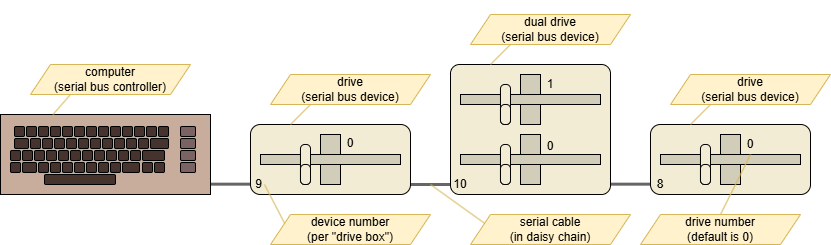
The draw.io diagram c64drive/drives.drawio.png in maarten-pennings/howto, before a commit. Source tidied: cells renumbered, new cells last; positions are measured from the earlier drawing's top-left corner, leaving out a move shared by most shapes.
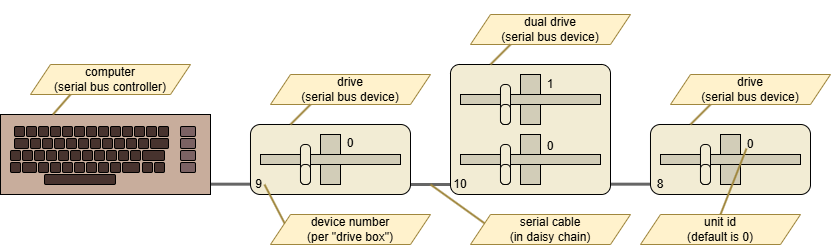
After the change.

The edit, as a diff of the source:
```diff
@@ -251,42 +251,42 @@
     <mxCell id="81" value="8" style="text;html=1;align=center;verticalAlign=middle;whiteSpace=wrap;rounded=0;" parent="1" vertex="1">
       <mxGeometry x="650" y="160" width="20" height="20" as="geometry" />
     </mxCell>
-    <mxCell id="82" value="&lt;br&gt;&lt;span style=&quot;color: rgb(0, 0, 0); font-family: Helvetica; font-size: 12px; font-style: normal; font-variant-ligatures: normal; font-variant-caps: normal; font-weight: 400; letter-spacing: normal; orphans: 2; text-align: left; text-indent: 0px; text-transform: none; widows: 2; word-spacing: 0px; -webkit-text-stroke-width: 0px; white-space: normal; text-decoration-thickness: initial; text-decoration-style: initial; text-decoration-color: initial; float: none; display: inline !important;&quot;&gt;computer &lt;br&gt;(serial bus controller)&lt;/span&gt;&lt;div&gt;&lt;br&gt;&lt;/div&gt;" style="shape=parallelogram;perimeter=parallelogramPerimeter;whiteSpace=wrap;html=1;fixedSize=1;fillColor=#fff2cc;strokeColor=#d6b656;labelBackgroundColor=none;" parent="1" vertex="1">
+    <mxCell id="82" value="&lt;br&gt;&lt;span style=&quot;color: rgb(0, 0, 0); font-family: Helvetica; font-size: 12px; font-style: normal; font-variant-ligatures: normal; font-variant-caps: normal; font-weight: 400; letter-spacing: normal; orphans: 2; text-align: left; text-indent: 0px; text-transform: none; widows: 2; word-spacing: 0px; -webkit-text-stroke-width: 0px; white-space: normal; text-decoration-thickness: initial; text-decoration-style: initial; text-decoration-color: initial; float: none; display: inline !important;&quot;&gt;computer &lt;br&gt;(serial bus controller)&lt;/span&gt;&lt;div&gt;&lt;br&gt;&lt;/div&gt;" style="shape=parallelogram;perimeter=parallelogramPerimeter;whiteSpace=wrap;html=1;fixedSize=1;fillColor=#fff2cc;strokeColor=#A0873E;labelBackgroundColor=none;strokeWidth=1;" parent="1" vertex="1">
       <mxGeometry x="30" y="50" width="160" height="30" as="geometry" />
     </mxCell>
-    <mxCell id="83" style="endArrow=none;html=1;rounded=0;exitX=0.25;exitY=1;exitDx=0;exitDy=0;entryX=0.25;entryY=0;entryDx=0;entryDy=0;fillColor=#fff2cc;strokeColor=#d6b656;" parent="1" edge="1" source="82" target="24">
+    <mxCell id="83" style="endArrow=none;html=1;rounded=0;exitX=0.25;exitY=1;exitDx=0;exitDy=0;entryX=0.25;entryY=0;entryDx=0;entryDy=0;fillColor=#fff2cc;strokeColor=#A0873E;strokeWidth=2;" parent="1" edge="1" source="82" target="24">
       <mxGeometry relative="1" as="geometry" />
     </mxCell>
-    <mxCell id="84" value="&lt;br&gt;&lt;span style=&quot;color: rgb(0, 0, 0); font-family: Helvetica; font-size: 12px; font-style: normal; font-variant-ligatures: normal; font-variant-caps: normal; font-weight: 400; letter-spacing: normal; orphans: 2; text-align: left; text-indent: 0px; text-transform: none; widows: 2; word-spacing: 0px; -webkit-text-stroke-width: 0px; white-space: normal; text-decoration-thickness: initial; text-decoration-style: initial; text-decoration-color: initial; float: none; display: inline !important;&quot;&gt;drive&lt;/span&gt;&lt;div&gt;&lt;span style=&quot;color: rgb(0, 0, 0); font-family: Helvetica; font-size: 12px; font-style: normal; font-variant-ligatures: normal; font-variant-caps: normal; font-weight: 400; letter-spacing: normal; orphans: 2; text-align: left; text-indent: 0px; text-transform: none; widows: 2; word-spacing: 0px; -webkit-text-stroke-width: 0px; white-space: normal; text-decoration-thickness: initial; text-decoration-style: initial; text-decoration-color: initial; float: none; display: inline !important;&quot;&gt;(serial bus device)&lt;/span&gt;&lt;br&gt;&lt;br&gt;&lt;/div&gt;" style="shape=parallelogram;perimeter=parallelogramPerimeter;whiteSpace=wrap;html=1;fixedSize=1;fillColor=#fff2cc;strokeColor=#d6b656;labelBackgroundColor=none;" parent="1" vertex="1">
+    <mxCell id="84" value="&lt;br&gt;&lt;span style=&quot;color: rgb(0, 0, 0); font-family: Helvetica; font-size: 12px; font-style: normal; font-variant-ligatures: normal; font-variant-caps: normal; font-weight: 400; letter-spacing: normal; orphans: 2; text-align: left; text-indent: 0px; text-transform: none; widows: 2; word-spacing: 0px; -webkit-text-stroke-width: 0px; white-space: normal; text-decoration-thickness: initial; text-decoration-style: initial; text-decoration-color: initial; float: none; display: inline !important;&quot;&gt;drive&lt;/span&gt;&lt;div&gt;&lt;span style=&quot;color: rgb(0, 0, 0); font-family: Helvetica; font-size: 12px; font-style: normal; font-variant-ligatures: normal; font-variant-caps: normal; font-weight: 400; letter-spacing: normal; orphans: 2; text-align: left; text-indent: 0px; text-transform: none; widows: 2; word-spacing: 0px; -webkit-text-stroke-width: 0px; white-space: normal; text-decoration-thickness: initial; text-decoration-style: initial; text-decoration-color: initial; float: none; display: inline !important;&quot;&gt;(serial bus device)&lt;/span&gt;&lt;br&gt;&lt;br&gt;&lt;/div&gt;" style="shape=parallelogram;perimeter=parallelogramPerimeter;whiteSpace=wrap;html=1;fixedSize=1;fillColor=#fff2cc;strokeColor=#A0873E;labelBackgroundColor=none;strokeWidth=1;" parent="1" vertex="1">
       <mxGeometry x="270" y="60" width="160" height="30" as="geometry" />
     </mxCell>
-    <mxCell id="85" style="endArrow=none;html=1;rounded=0;exitX=0.25;exitY=1;exitDx=0;exitDy=0;entryX=0.25;entryY=0;entryDx=0;entryDy=0;fillColor=#fff2cc;strokeColor=#d6b656;" parent="1" edge="1" source="84" target="6">
+    <mxCell id="85" style="endArrow=none;html=1;rounded=0;exitX=0.25;exitY=1;exitDx=0;exitDy=0;entryX=0.25;entryY=0;entryDx=0;entryDy=0;fillColor=#fff2cc;strokeColor=#A0873E;strokeWidth=2;" parent="1" edge="1" source="84" target="6">
       <mxGeometry relative="1" as="geometry" />
     </mxCell>
-    <mxCell id="86" value="&lt;br&gt;&lt;span style=&quot;color: rgb(0, 0, 0); font-family: Helvetica; font-size: 12px; font-style: normal; font-variant-ligatures: normal; font-variant-caps: normal; font-weight: 400; letter-spacing: normal; orphans: 2; text-align: left; text-indent: 0px; text-transform: none; widows: 2; word-spacing: 0px; -webkit-text-stroke-width: 0px; white-space: normal; text-decoration-thickness: initial; text-decoration-style: initial; text-decoration-color: initial; float: none; display: inline !important;&quot;&gt;drive&lt;/span&gt;&lt;div&gt;&lt;span style=&quot;color: rgb(0, 0, 0); font-family: Helvetica; font-size: 12px; font-style: normal; font-variant-ligatures: normal; font-variant-caps: normal; font-weight: 400; letter-spacing: normal; orphans: 2; text-align: left; text-indent: 0px; text-transform: none; widows: 2; word-spacing: 0px; -webkit-text-stroke-width: 0px; white-space: normal; text-decoration-thickness: initial; text-decoration-style: initial; text-decoration-color: initial; float: none; display: inline !important;&quot;&gt;(serial bus device)&lt;/span&gt;&lt;br&gt;&lt;br&gt;&lt;/div&gt;" style="shape=parallelogram;perimeter=parallelogramPerimeter;whiteSpace=wrap;html=1;fixedSize=1;fillColor=#fff2cc;strokeColor=#d6b656;labelBackgroundColor=none;" parent="1" vertex="1">
+    <mxCell id="86" value="&lt;br&gt;&lt;span style=&quot;color: rgb(0, 0, 0); font-family: Helvetica; font-size: 12px; font-style: normal; font-variant-ligatures: normal; font-variant-caps: normal; font-weight: 400; letter-spacing: normal; orphans: 2; text-align: left; text-indent: 0px; text-transform: none; widows: 2; word-spacing: 0px; -webkit-text-stroke-width: 0px; white-space: normal; text-decoration-thickness: initial; text-decoration-style: initial; text-decoration-color: initial; float: none; display: inline !important;&quot;&gt;drive&lt;/span&gt;&lt;div&gt;&lt;span style=&quot;color: rgb(0, 0, 0); font-family: Helvetica; font-size: 12px; font-style: normal; font-variant-ligatures: normal; font-variant-caps: normal; font-weight: 400; letter-spacing: normal; orphans: 2; text-align: left; text-indent: 0px; text-transform: none; widows: 2; word-spacing: 0px; -webkit-text-stroke-width: 0px; white-space: normal; text-decoration-thickness: initial; text-decoration-style: initial; text-decoration-color: initial; float: none; display: inline !important;&quot;&gt;(serial bus device)&lt;/span&gt;&lt;br&gt;&lt;br&gt;&lt;/div&gt;" style="shape=parallelogram;perimeter=parallelogramPerimeter;whiteSpace=wrap;html=1;fixedSize=1;fillColor=#fff2cc;strokeColor=#A0873E;labelBackgroundColor=none;strokeWidth=1;" parent="1" vertex="1">
       <mxGeometry x="670" y="60" width="160" height="30" as="geometry" />
     </mxCell>
-    <mxCell id="87" style="endArrow=none;html=1;rounded=0;exitX=0.25;exitY=1;exitDx=0;exitDy=0;entryX=0.25;entryY=0;entryDx=0;entryDy=0;fillColor=#fff2cc;strokeColor=#d6b656;" parent="1" edge="1" source="86" target="11">
+    <mxCell id="87" style="endArrow=none;html=1;rounded=0;exitX=0.25;exitY=1;exitDx=0;exitDy=0;entryX=0.25;entryY=0;entryDx=0;entryDy=0;fillColor=#fff2cc;strokeColor=#A0873E;strokeWidth=2;" parent="1" edge="1" source="86" target="11">
       <mxGeometry relative="1" as="geometry" />
     </mxCell>
-    <mxCell id="88" value="&lt;br&gt;&lt;span style=&quot;color: rgb(0, 0, 0); font-family: Helvetica; font-size: 12px; font-style: normal; font-variant-ligatures: normal; font-variant-caps: normal; font-weight: 400; letter-spacing: normal; orphans: 2; text-align: left; text-indent: 0px; text-transform: none; widows: 2; word-spacing: 0px; -webkit-text-stroke-width: 0px; white-space: normal; text-decoration-thickness: initial; text-decoration-style: initial; text-decoration-color: initial; float: none; display: inline !important;&quot;&gt;dual drive&lt;/span&gt;&lt;div&gt;&lt;span style=&quot;color: rgb(0, 0, 0); font-family: Helvetica; font-size: 12px; font-style: normal; font-variant-ligatures: normal; font-variant-caps: normal; font-weight: 400; letter-spacing: normal; orphans: 2; text-align: left; text-indent: 0px; text-transform: none; widows: 2; word-spacing: 0px; -webkit-text-stroke-width: 0px; white-space: normal; text-decoration-thickness: initial; text-decoration-style: initial; text-decoration-color: initial; float: none; display: inline !important;&quot;&gt;(serial bus device)&lt;/span&gt;&lt;br&gt;&lt;br&gt;&lt;/div&gt;" style="shape=parallelogram;perimeter=parallelogramPerimeter;whiteSpace=wrap;html=1;fixedSize=1;fillColor=#fff2cc;strokeColor=#d6b656;labelBackgroundColor=none;" parent="1" vertex="1">
+    <mxCell id="88" value="&lt;br&gt;&lt;span style=&quot;color: rgb(0, 0, 0); font-family: Helvetica; font-size: 12px; font-style: normal; font-variant-ligatures: normal; font-variant-caps: normal; font-weight: 400; letter-spacing: normal; orphans: 2; text-align: left; text-indent: 0px; text-transform: none; widows: 2; word-spacing: 0px; -webkit-text-stroke-width: 0px; white-space: normal; text-decoration-thickness: initial; text-decoration-style: initial; text-decoration-color: initial; float: none; display: inline !important;&quot;&gt;dual drive&lt;/span&gt;&lt;div&gt;&lt;span style=&quot;color: rgb(0, 0, 0); font-family: Helvetica; font-size: 12px; font-style: normal; font-variant-ligatures: normal; font-variant-caps: normal; font-weight: 400; letter-spacing: normal; orphans: 2; text-align: left; text-indent: 0px; text-transform: none; widows: 2; word-spacing: 0px; -webkit-text-stroke-width: 0px; white-space: normal; text-decoration-thickness: initial; text-decoration-style: initial; text-decoration-color: initial; float: none; display: inline !important;&quot;&gt;(serial bus device)&lt;/span&gt;&lt;br&gt;&lt;br&gt;&lt;/div&gt;" style="shape=parallelogram;perimeter=parallelogramPerimeter;whiteSpace=wrap;html=1;fixedSize=1;fillColor=#fff2cc;strokeColor=#A0873E;labelBackgroundColor=none;strokeWidth=1;" parent="1" vertex="1">
       <mxGeometry x="470" width="160" height="30" as="geometry" />
     </mxCell>
-    <mxCell id="89" style="endArrow=none;html=1;rounded=0;exitX=0.25;exitY=1;exitDx=0;exitDy=0;entryX=0.25;entryY=0;entryDx=0;entryDy=0;fillColor=#fff2cc;strokeColor=#d6b656;labelBackgroundColor=none;" parent="1" edge="1" source="88" target="5">
+    <mxCell id="89" style="endArrow=none;html=1;rounded=0;exitX=0.25;exitY=1;exitDx=0;exitDy=0;entryX=0.25;entryY=0;entryDx=0;entryDy=0;fillColor=#fff2cc;strokeColor=#A0873E;labelBackgroundColor=none;strokeWidth=2;" parent="1" edge="1" source="88" target="5">
       <mxGeometry relative="1" as="geometry" />
     </mxCell>
-    <mxCell id="90" value="&lt;div&gt;serial cable&lt;br&gt;(in daisy chain)&lt;/div&gt;" style="shape=parallelogram;perimeter=parallelogramPerimeter;whiteSpace=wrap;html=1;fixedSize=1;fillColor=#fff2cc;strokeColor=#d6b656;labelBackgroundColor=none;" parent="1" vertex="1">
+    <mxCell id="90" value="&lt;div&gt;serial cable&lt;br&gt;(in daisy chain)&lt;/div&gt;" style="shape=parallelogram;perimeter=parallelogramPerimeter;whiteSpace=wrap;html=1;fixedSize=1;fillColor=#fff2cc;strokeColor=#A0873E;labelBackgroundColor=none;strokeWidth=1;" parent="1" vertex="1">
       <mxGeometry x="470" y="200" width="160" height="30" as="geometry" />
     </mxCell>
-    <mxCell id="91" style="endArrow=none;html=1;rounded=0;exitX=0;exitY=0.25;exitDx=0;exitDy=0;fillColor=#fff2cc;strokeColor=#d6b656;labelBackgroundColor=none;" parent="1" edge="1" source="90">
+    <mxCell id="91" style="endArrow=none;html=1;rounded=0;exitX=0;exitY=0.25;exitDx=0;exitDy=0;fillColor=#fff2cc;strokeColor=#A0873E;labelBackgroundColor=none;strokeWidth=2;" parent="1" edge="1" source="90">
       <mxGeometry relative="1" as="geometry">
         <mxPoint x="430" y="170" as="targetPoint" />
       </mxGeometry>
     </mxCell>
-    <mxCell id="92" value="&lt;div&gt;device number&lt;br&gt;(per &quot;drive box&quot;)&lt;/div&gt;" style="shape=parallelogram;perimeter=parallelogramPerimeter;whiteSpace=wrap;html=1;fixedSize=1;fillColor=#fff2cc;strokeColor=#d6b656;labelBackgroundColor=none;" parent="1" vertex="1">
+    <mxCell id="92" value="&lt;div&gt;device number&lt;br&gt;(per &quot;drive box&quot;)&lt;/div&gt;" style="shape=parallelogram;perimeter=parallelogramPerimeter;whiteSpace=wrap;html=1;fixedSize=1;fillColor=#fff2cc;strokeColor=#A0873E;labelBackgroundColor=none;strokeWidth=1;" parent="1" vertex="1">
       <mxGeometry x="270" y="200" width="160" height="30" as="geometry" />
     </mxCell>
-    <mxCell id="93" style="endArrow=none;html=1;rounded=0;exitX=0;exitY=0.25;exitDx=0;exitDy=0;fillColor=#fff2cc;strokeColor=#d6b656;labelBackgroundColor=none;entryX=1;entryY=0.5;entryDx=0;entryDy=0;" parent="1" edge="1" source="92" target="79">
+    <mxCell id="93" style="endArrow=none;html=1;rounded=0;exitX=0;exitY=0.25;exitDx=0;exitDy=0;fillColor=#fff2cc;strokeColor=#A0873E;labelBackgroundColor=none;entryX=1;entryY=0.5;entryDx=0;entryDy=0;strokeWidth=2;" parent="1" edge="1" source="92" target="79">
       <mxGeometry relative="1" as="geometry" />
     </mxCell>
     <mxCell id="94" value="0" style="text;html=1;align=center;verticalAlign=middle;whiteSpace=wrap;rounded=0;" parent="1" vertex="1">
@@ -301,11 +301,13 @@
     <mxCell id="97" value="0" style="text;html=1;align=center;verticalAlign=middle;whiteSpace=wrap;rounded=0;" parent="1" vertex="1">
       <mxGeometry x="740" y="120" width="20" height="20" as="geometry" />
     </mxCell>
-    <mxCell id="98" value="&lt;div&gt;drive number&lt;br&gt;(default is 0)&lt;/div&gt;" style="shape=parallelogram;perimeter=parallelogramPerimeter;whiteSpace=wrap;html=1;fixedSize=1;fillColor=#fff2cc;strokeColor=#d6b656;labelBackgroundColor=none;" parent="1" vertex="1">
+    <mxCell id="98" value="&lt;div&gt;unit id&lt;br&gt;(default is 0)&lt;/div&gt;" style="shape=parallelogram;perimeter=parallelogramPerimeter;whiteSpace=wrap;html=1;fixedSize=1;fillColor=#fff2cc;strokeColor=#A0873E;labelBackgroundColor=none;strokeWidth=1;" parent="1" vertex="1">
       <mxGeometry x="640" y="200" width="160" height="30" as="geometry" />
     </mxCell>
-    <mxCell id="99" style="endArrow=none;html=1;rounded=0;exitX=0.5;exitY=0;exitDx=0;exitDy=0;fillColor=#fff2cc;strokeColor=#d6b656;labelBackgroundColor=none;entryX=0.5;entryY=1;entryDx=0;entryDy=0;" parent="1" edge="1" source="98" target="97">
-      <mxGeometry relative="1" as="geometry" />
+    <mxCell id="99" style="endArrow=none;html=1;rounded=0;exitX=0.5;exitY=0;exitDx=0;exitDy=0;fillColor=#fff2cc;strokeColor=#A0873E;labelBackgroundColor=none;strokeWidth=2;" parent="1" edge="1" source="98">
+      <mxGeometry relative="1" as="geometry">
+        <mxPoint x="746" y="134" as="targetPoint" />
+      </mxGeometry>
     </mxCell>
   </root>
 </mxGraphModel>
```
